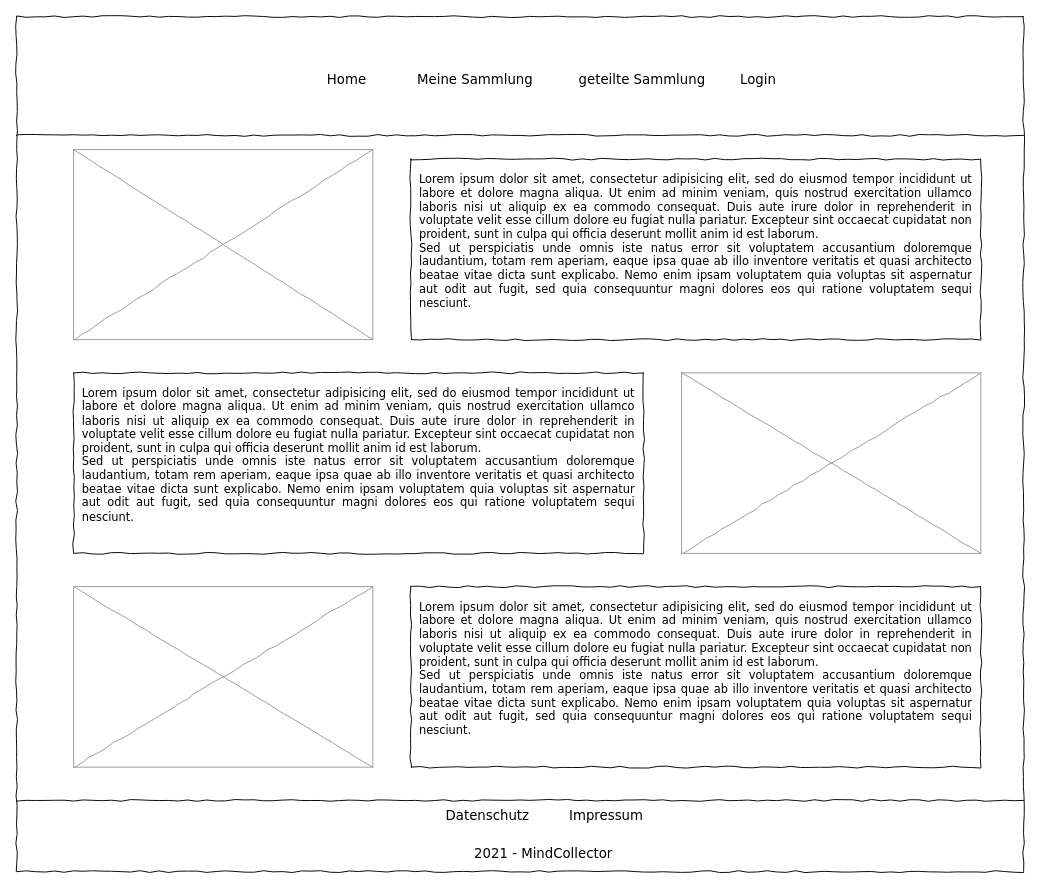
MindCollector-Softwareprojekt2021/MindCollector keeps this draw.io diagram as page "Startseite" (3 of 10) of Mockup/mockups.drawio. Above is the earlier version. Source tidied: cells renumbered, new cells numbered last; positions are measured from the earlier drawing's top-left corner, leaving out a move shared by most shapes. Both pictures are drawn from the tidied source at 95%, with x=0, y=0 at pixel (16, 16).
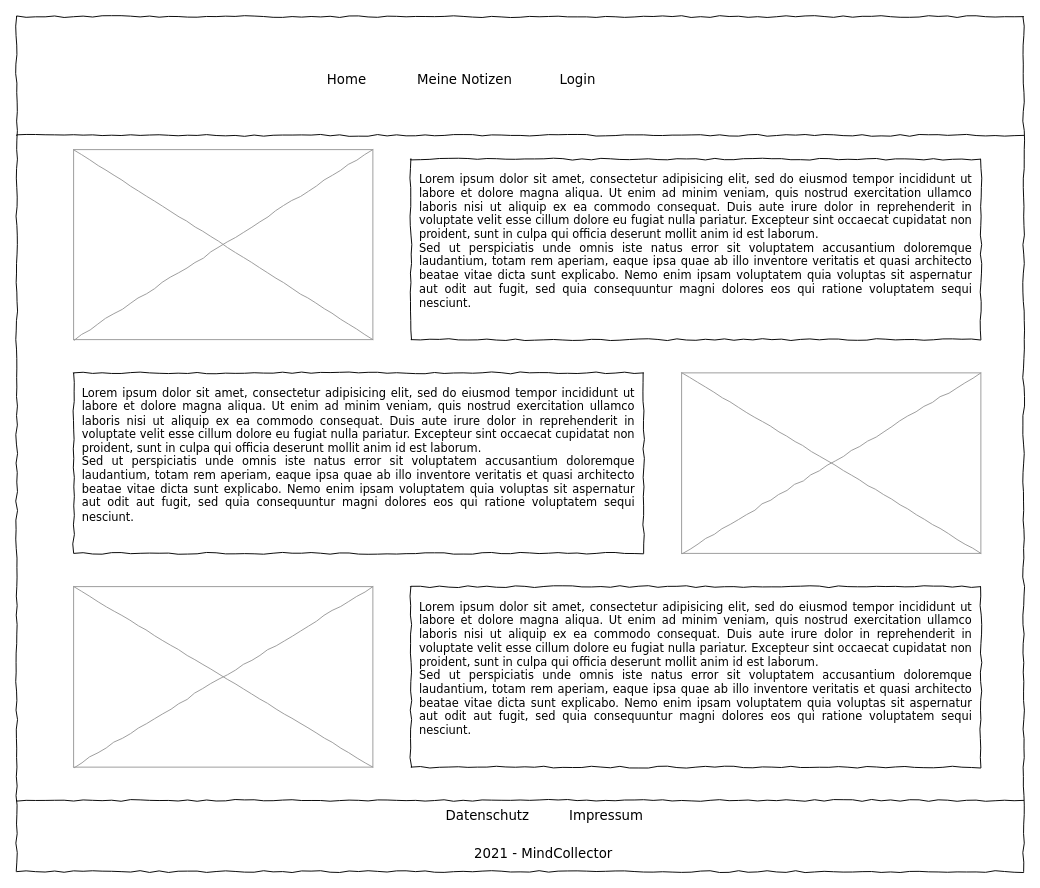
Above is the later version.

Diff of the diagram source:
```diff
@@
 <mxGraphModel>
   <root>
     <mxCell id="0" />
     <mxCell id="1" parent="0" />
     <mxCell id="2" style="whiteSpace=wrap;html=1;rounded=0;shadow=0;labelBackgroundColor=none;strokeColor=#000000;strokeWidth=1;fillColor=none;fontFamily=Verdana;fontSize=12;fontColor=#000000;align=center;comic=1;" parent="1" vertex="1">
       <mxGeometry width="1060" height="900" as="geometry" />
     </mxCell>
     <mxCell id="3" style="verticalLabelPosition=bottom;shadow=0;dashed=0;align=center;html=1;verticalAlign=top;strokeWidth=1;shape=mxgraph.mockup.graphics.simpleIcon;strokeColor=#999999;rounded=0;labelBackgroundColor=none;fontFamily=Verdana;fontSize=14;fontColor=#000000;comic=1;" parent="1" vertex="1">
       <mxGeometry x="60" y="140" width="315" height="200" as="geometry" />
     </mxCell>
     <mxCell id="4" value="Home" style="text;html=1;align=left;verticalAlign=top;spacingTop=-4;fontSize=14;fontFamily=Verdana;" parent="1" vertex="1">
       <mxGeometry x="325" y="55" width="60" height="20" as="geometry" />
     </mxCell>
-    <mxCell id="5" value="Meine Sammlung" style="text;html=1;align=left;verticalAlign=top;spacingTop=-4;fontSize=14;fontFamily=Verdana;" parent="1" vertex="1">
+    <mxCell id="5" value="Meine Notizen" style="text;html=1;align=left;verticalAlign=top;spacingTop=-4;fontSize=14;fontFamily=Verdana;" parent="1" vertex="1">
       <mxGeometry x="420" y="55" width="90" height="20" as="geometry" />
     </mxCell>
     <mxCell id="6" style="line;strokeWidth=1;html=1;rounded=0;shadow=0;labelBackgroundColor=none;fillColor=none;fontFamily=Verdana;fontSize=14;fontColor=#000000;align=center;comic=1;" parent="1" vertex="1">
       <mxGeometry y="120" width="1060" height="10" as="geometry" />
     </mxCell>
     <mxCell id="7" value="&lt;div style=&quot;text-align: justify&quot;&gt;&lt;span&gt;Lorem ipsum dolor sit amet, consectetur adipisicing elit, sed do eiusmod tempor incididunt ut labore et dolore magna aliqua. Ut enim ad minim veniam, quis nostrud exercitation ullamco laboris nisi ut aliquip ex ea commodo consequat. Duis aute irure dolor in reprehenderit in voluptate velit esse cillum dolore eu fugiat nulla pariatur. Excepteur sint occaecat cupidatat non proident, sunt in culpa qui officia deserunt mollit anim id est laborum.&lt;/span&gt;&lt;/div&gt;&lt;div style=&quot;text-align: justify&quot;&gt;&lt;span&gt;Sed ut perspiciatis unde omnis iste natus error sit voluptatem accusantium doloremque laudantium, totam rem aperiam, eaque ipsa quae ab illo inventore veritatis et quasi architecto beatae vitae dicta sunt explicabo. Nemo enim ipsam voluptatem quia voluptas sit aspernatur aut odit aut fugit, sed quia consequuntur magni dolores eos qui ratione voluptatem sequi nesciunt.&amp;nbsp;&lt;/span&gt;&lt;/div&gt;" style="whiteSpace=wrap;html=1;rounded=0;shadow=0;labelBackgroundColor=none;strokeWidth=1;fillColor=none;fontFamily=Verdana;fontSize=12;align=center;verticalAlign=top;spacing=10;comic=1;" parent="1" vertex="1">
       <mxGeometry x="415" y="150" width="600" height="190" as="geometry" />
     </mxCell>
     <mxCell id="8" style="line;strokeWidth=1;html=1;rounded=0;shadow=0;labelBackgroundColor=none;fillColor=none;fontFamily=Verdana;fontSize=14;fontColor=#000000;align=center;comic=1;" parent="1" vertex="1">
       <mxGeometry y="820" width="1060" height="10" as="geometry" />
     </mxCell>
     <mxCell id="9" value="2021 - MindCollector" style="text;html=1;align=left;verticalAlign=top;spacingTop=-4;fontSize=14;fontFamily=Verdana;" parent="1" vertex="1">
       <mxGeometry x="480" y="870" width="60" height="20" as="geometry" />
     </mxCell>
     <mxCell id="10" value="Datenschutz" style="text;html=1;align=left;verticalAlign=top;spacingTop=-4;fontSize=14;fontFamily=Verdana;" parent="1" vertex="1">
       <mxGeometry x="450" y="830" width="60" height="20" as="geometry" />
     </mxCell>
     <mxCell id="11" value="Impressum" style="text;html=1;align=left;verticalAlign=top;spacingTop=-4;fontSize=14;fontFamily=Verdana;" parent="1" vertex="1">
       <mxGeometry x="580" y="830" width="60" height="20" as="geometry" />
     </mxCell>
-    <mxCell id="12" value="geteilte Sammlung" style="text;html=1;align=left;verticalAlign=top;spacingTop=-4;fontSize=14;fontFamily=Verdana;" parent="1" vertex="1">
-      <mxGeometry x="590" y="55" width="90" height="20" as="geometry" />
-    </mxCell>
     <mxCell id="13" value="Login" style="text;html=1;align=left;verticalAlign=top;spacingTop=-4;fontSize=14;fontFamily=Verdana;" parent="1" vertex="1">
-      <mxGeometry x="760" y="55" width="90" height="20" as="geometry" />
+      <mxGeometry x="570" y="55" width="90" height="20" as="geometry" />
     </mxCell>
     <mxCell id="14" style="verticalLabelPosition=bottom;shadow=0;dashed=0;align=center;html=1;verticalAlign=top;strokeWidth=1;shape=mxgraph.mockup.graphics.simpleIcon;strokeColor=#999999;rounded=0;labelBackgroundColor=none;fontFamily=Verdana;fontSize=14;fontColor=#000000;comic=1;" parent="1" vertex="1">
       <mxGeometry x="700" y="375" width="315" height="190" as="geometry" />
     </mxCell>
     <mxCell id="15" value="&lt;div style=&quot;text-align: justify&quot;&gt;&lt;span&gt;Lorem ipsum dolor sit amet, consectetur adipisicing elit, sed do eiusmod tempor incididunt ut labore et dolore magna aliqua. Ut enim ad minim veniam, quis nostrud exercitation ullamco laboris nisi ut aliquip ex ea commodo consequat. Duis aute irure dolor in reprehenderit in voluptate velit esse cillum dolore eu fugiat nulla pariatur. Excepteur sint occaecat cupidatat non proident, sunt in culpa qui officia deserunt mollit anim id est laborum.&lt;/span&gt;&lt;/div&gt;&lt;div style=&quot;text-align: justify&quot;&gt;&lt;span&gt;Sed ut perspiciatis unde omnis iste natus error sit voluptatem accusantium doloremque laudantium, totam rem aperiam, eaque ipsa quae ab illo inventore veritatis et quasi architecto beatae vitae dicta sunt explicabo. Nemo enim ipsam voluptatem quia voluptas sit aspernatur aut odit aut fugit, sed quia consequuntur magni dolores eos qui ratione voluptatem sequi nesciunt.&amp;nbsp;&lt;/span&gt;&lt;/div&gt;" style="whiteSpace=wrap;html=1;rounded=0;shadow=0;labelBackgroundColor=none;strokeWidth=1;fillColor=none;fontFamily=Verdana;fontSize=12;align=center;verticalAlign=top;spacing=10;comic=1;" parent="1" vertex="1">
       <mxGeometry x="60" y="375" width="600" height="190" as="geometry" />
     </mxCell>
     <mxCell id="16" style="verticalLabelPosition=bottom;shadow=0;dashed=0;align=center;html=1;verticalAlign=top;strokeWidth=1;shape=mxgraph.mockup.graphics.simpleIcon;strokeColor=#999999;rounded=0;labelBackgroundColor=none;fontFamily=Verdana;fontSize=14;fontColor=#000000;comic=1;" parent="1" vertex="1">
       <mxGeometry x="60" y="600" width="315" height="190" as="geometry" />
     </mxCell>
     <mxCell id="17" value="&lt;div style=&quot;text-align: justify&quot;&gt;&lt;span&gt;Lorem ipsum dolor sit amet, consectetur adipisicing elit, sed do eiusmod tempor incididunt ut labore et dolore magna aliqua. Ut enim ad minim veniam, quis nostrud exercitation ullamco laboris nisi ut aliquip ex ea commodo consequat. Duis aute irure dolor in reprehenderit in voluptate velit esse cillum dolore eu fugiat nulla pariatur. Excepteur sint occaecat cupidatat non proident, sunt in culpa qui officia deserunt mollit anim id est laborum.&lt;/span&gt;&lt;/div&gt;&lt;div style=&quot;text-align: justify&quot;&gt;&lt;span&gt;Sed ut perspiciatis unde omnis iste natus error sit voluptatem accusantium doloremque laudantium, totam rem aperiam, eaque ipsa quae ab illo inventore veritatis et quasi architecto beatae vitae dicta sunt explicabo. Nemo enim ipsam voluptatem quia voluptas sit aspernatur aut odit aut fugit, sed quia consequuntur magni dolores eos qui ratione voluptatem sequi nesciunt.&amp;nbsp;&lt;/span&gt;&lt;/div&gt;" style="whiteSpace=wrap;html=1;rounded=0;shadow=0;labelBackgroundColor=none;strokeWidth=1;fillColor=none;fontFamily=Verdana;fontSize=12;align=center;verticalAlign=top;spacing=10;comic=1;" parent="1" vertex="1">
       <mxGeometry x="415" y="600" width="600" height="190" as="geometry" />
     </mxCell>
   </root>
 </mxGraphModel>
```
